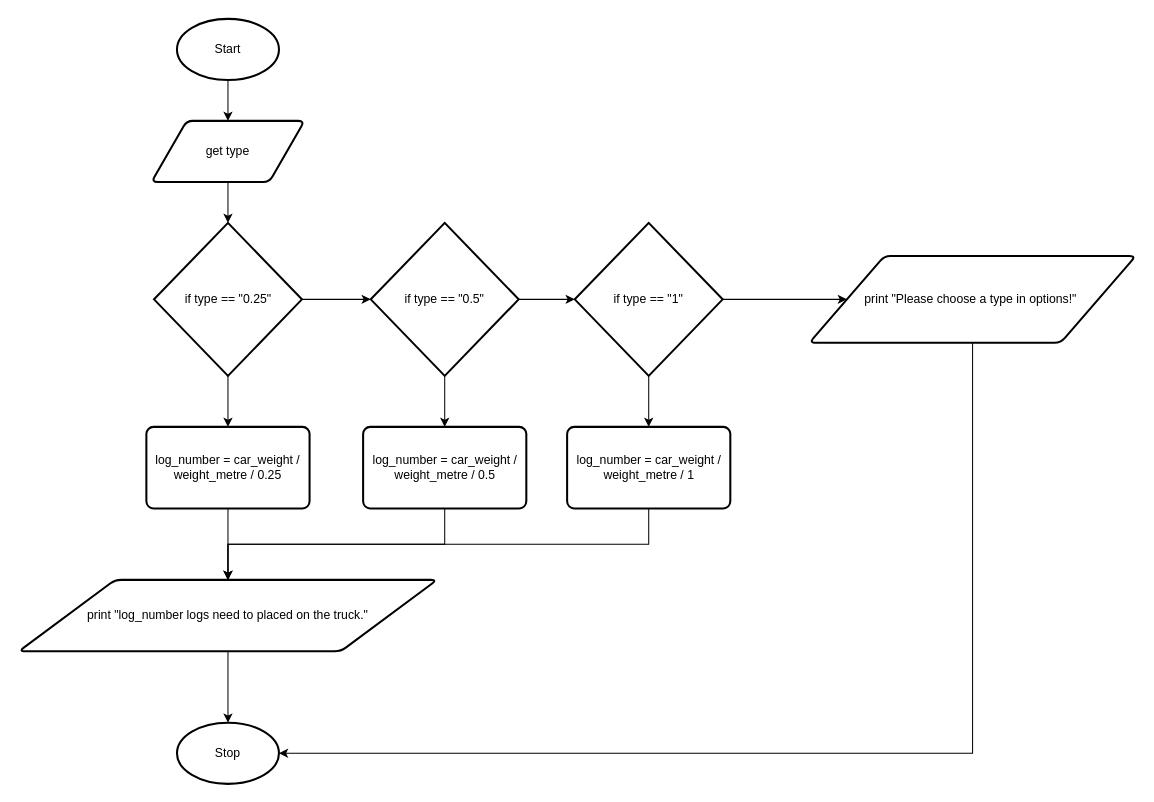
Before: design/design.flowchart.drawio in Yiyun-Qin/ics4u-unit1-01-typescript, a draw.io diagram. Source tidied: cells renumbered, new cells numbered last; positions are measured from the earlier drawing's top-left corner, leaving out a move shared by most shapes. Both pictures are drawn from the tidied source at 102%, with x=0, y=0 at pixel (18, 18).
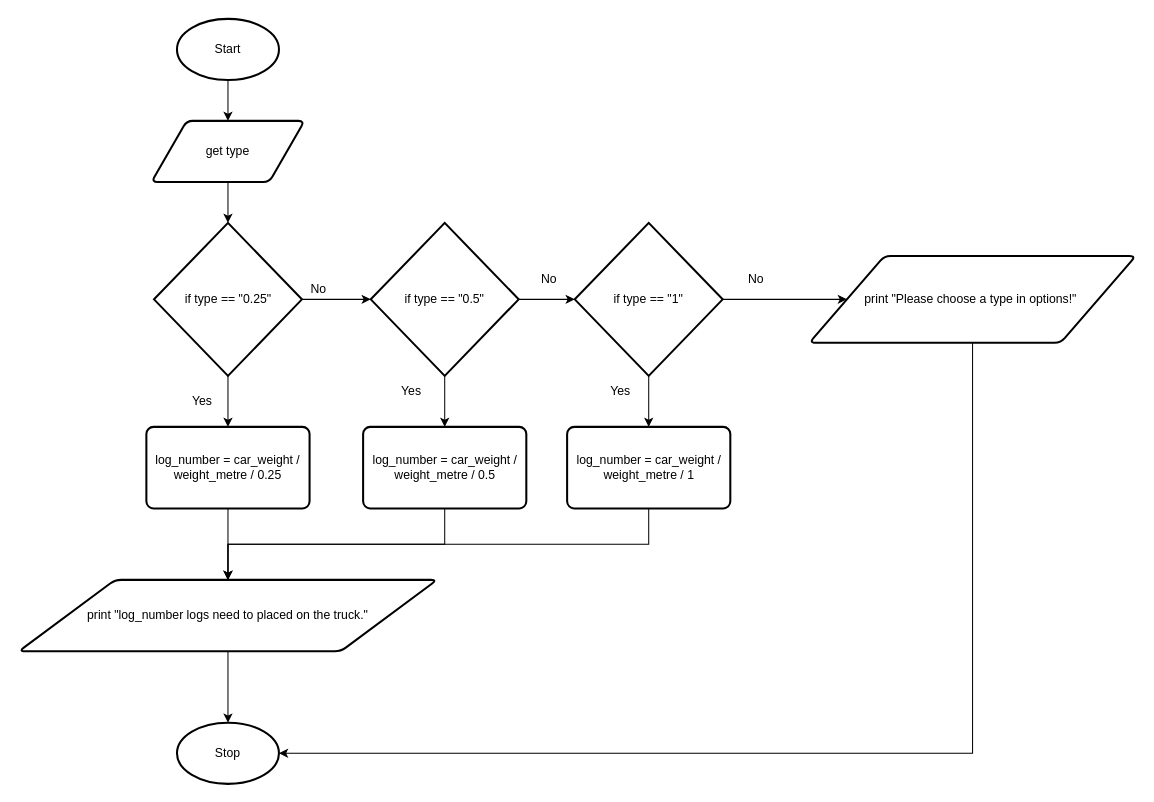
The same page after the edit.

Diff of the diagram source:
```diff
@@
+    <mxCell id="26" value="Yes" style="text;html=1;strokeColor=none;fillColor=none;align=center;verticalAlign=middle;whiteSpace=wrap;rounded=0;" parent="1" vertex="1">
+      <mxGeometry x="155" y="360" width="50" height="30" as="geometry" />
+    </mxCell>
+    <mxCell id="27" value="No" style="text;html=1;strokeColor=none;fillColor=none;align=center;verticalAlign=middle;whiteSpace=wrap;rounded=0;" parent="1" vertex="1">
+      <mxGeometry x="269" y="250" width="50" height="30" as="geometry" />
+    </mxCell>
+    <mxCell id="28" value="Yes" style="text;html=1;strokeColor=none;fillColor=none;align=center;verticalAlign=middle;whiteSpace=wrap;rounded=0;" parent="1" vertex="1">
+      <mxGeometry x="360" y="350" width="50" height="30" as="geometry" />
+    </mxCell>
+    <mxCell id="29" value="Yes" style="text;html=1;strokeColor=none;fillColor=none;align=center;verticalAlign=middle;whiteSpace=wrap;rounded=0;" parent="1" vertex="1">
+      <mxGeometry x="565" y="350" width="50" height="30" as="geometry" />
+    </mxCell>
+    <mxCell id="30" value="No" style="text;html=1;strokeColor=none;fillColor=none;align=center;verticalAlign=middle;whiteSpace=wrap;rounded=0;" parent="1" vertex="1">
+      <mxGeometry x="495" y="240" width="50" height="30" as="geometry" />
+    </mxCell>
+    <mxCell id="31" value="No" style="text;html=1;strokeColor=none;fillColor=none;align=center;verticalAlign=middle;whiteSpace=wrap;rounded=0;" parent="1" vertex="1">
+      <mxGeometry x="697.5" y="240" width="50" height="30" as="geometry" />
+    </mxCell>
```
